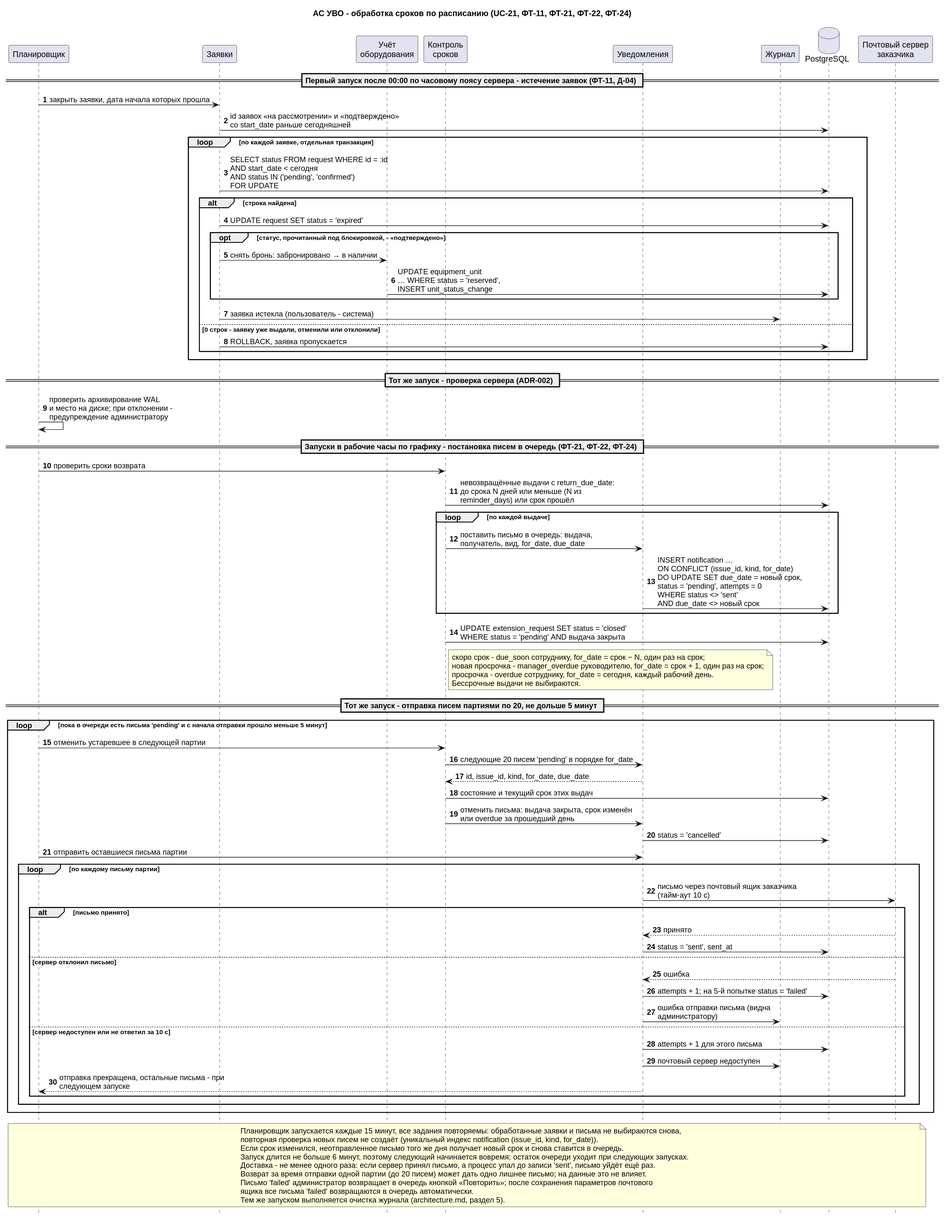
Before: Lab2/docs/diagrams/images/sequence-deadlines.svg, a diagram exported from PlantUML (Rezak159/project-management).
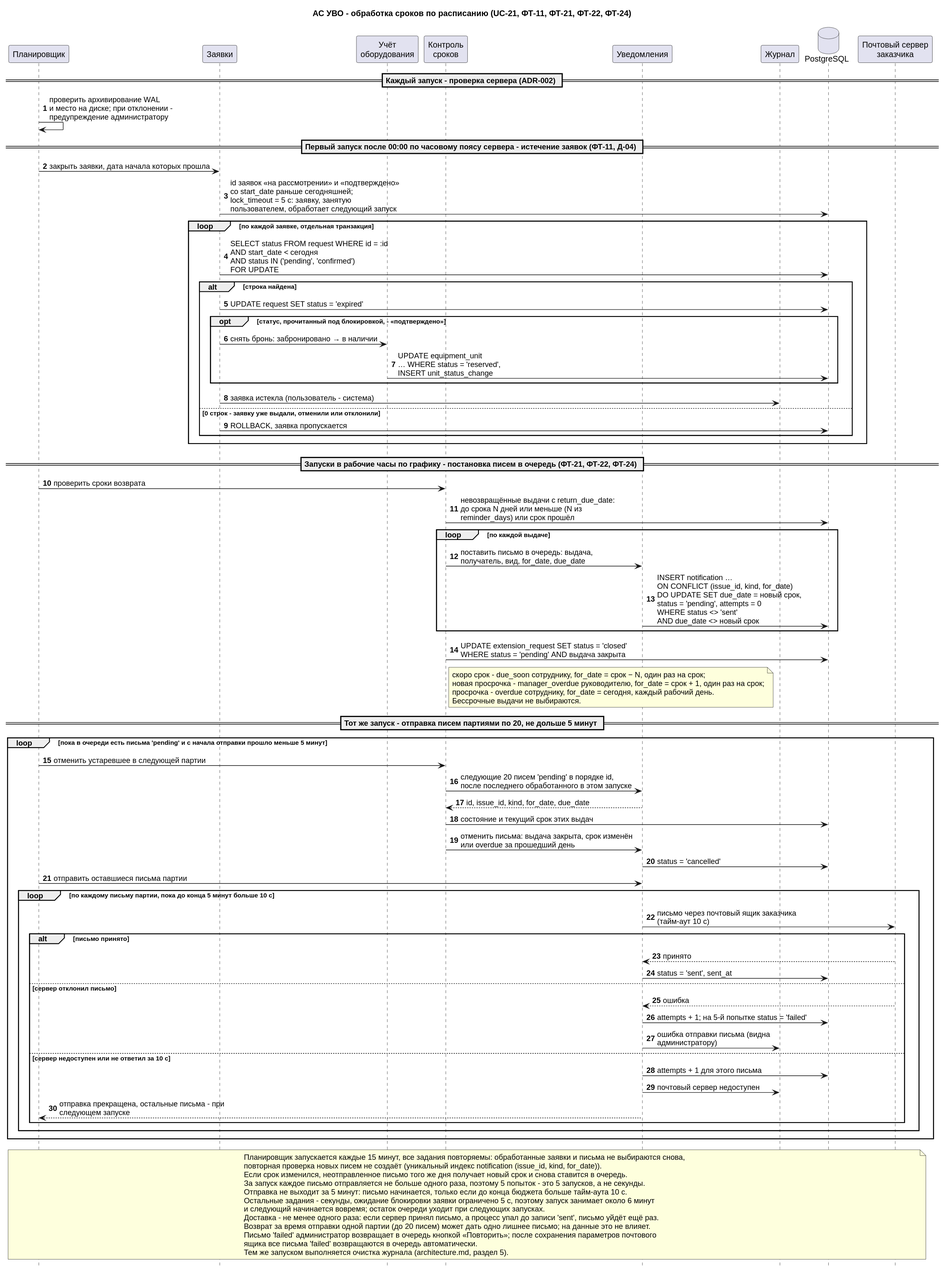
After the change.

What changed in the source:
```diff
@@ -17,9 +17,12 @@
 database "PostgreSQL" as DB
 participant "Почтовый сервер\nзаказчика" as SMTP
 
+== Каждый запуск - проверка сервера (ADR-002) ==
+SCH -> SCH : проверить архивирование WAL\nи место на диске; при отклонении -\nпредупреждение администратору
+
 == Первый запуск после 00:00 по часовому поясу сервера - истечение заявок (ФТ-11, Д-04) ==
 SCH -> REQ : закрыть заявки, дата начала которых прошла
-REQ -> DB : id заявок «на рассмотрении» и «подтверждено» со start_date раньше сегодняшней
+REQ -> DB : id заявок «на рассмотрении» и «подтверждено» со start_date раньше сегодняшней;\nlock_timeout = 5 с: заявку, занятую пользователем, обработает следующий запуск
 loop по каждой заявке, отдельная транзакция
   REQ -> DB : SELECT status FROM request WHERE id = :id\nAND start_date < сегодня\nAND status IN ('pending', 'confirmed')\nFOR UPDATE
   alt строка найдена
@@ -34,8 +37,7 @@
   end
 end
 
-== Тот же запуск - проверка сервера (ADR-002) ==
-SCH -> SCH : проверить архивирование WAL\nи место на диске; при отклонении -\nпредупреждение администратору
+
 
 == Запуски в рабочие часы по графику - постановка писем в очередь (ФТ-21, ФТ-22, ФТ-24) ==
 SCH -> DL : проверить сроки возврата
@@ -55,13 +57,13 @@
 == Тот же запуск - отправка писем партиями по 20, не дольше 5 минут ==
 loop пока в очереди есть письма 'pending' и с начала отправки прошло меньше 5 минут
   SCH -> DL : отменить устаревшее в следующей партии
-  DL -> NTF : следующие 20 писем 'pending' в порядке for_date
+  DL -> NTF : следующие 20 писем 'pending' в порядке id,\nпосле последнего обработанного в этом запуске
   NTF --> DL : id, issue_id, kind, for_date, due_date
   DL -> DB : состояние и текущий срок этих выдач
   DL -> NTF : отменить письма: выдача закрыта, срок изменён\nили overdue за прошедший день
   NTF -> DB : status = 'cancelled'
   SCH -> NTF : отправить оставшиеся письма партии
-  loop по каждому письму партии
+  loop по каждому письму партии, пока до конца 5 минут больше 10 с
     NTF -> SMTP : письмо через почтовый ящик заказчика (тайм-аут 10 с)
     alt письмо принято
       SMTP --> NTF : принято
@@ -82,7 +84,10 @@
 Планировщик запускается каждые 15 минут, все задания повторяемы: обработанные заявки и письма не выбираются снова,
 повторная проверка новых писем не создаёт (уникальный индекс notification (issue_id, kind, for_date)).
 Если срок изменился, неотправленное письмо того же дня получает новый срок и снова ставится в очередь.
-Запуск длится не больше 6 минут, поэтому следующий начинается вовремя; остаток очереди уходит при следующих запусках.
+За запуск каждое письмо отправляется не больше одного раза, поэтому 5 попыток - это 5 запусков, а не секунды.
+Отправка не выходит за 5 минут: письмо начинается, только если до конца бюджета больше тайм-аута 10 с.
+Остальные задания - секунды, ожидание блокировки заявки ограничено 5 с, поэтому запуск занимает около 6 минут
+и следующий начинается вовремя; остаток очереди уходит при следующих запусках.
 Доставка - не менее одного раза: если сервер принял письмо, а процесс упал до записи 'sent', письмо уйдёт ещё раз.
 Возврат за время отправки одной партии (до 20 писем) может дать одно лишнее письмо; на данные это не влияет.
 Письмо 'failed' администратор возвращает в очередь кнопкой «Повторить»; после сохранения параметров почтового
```
